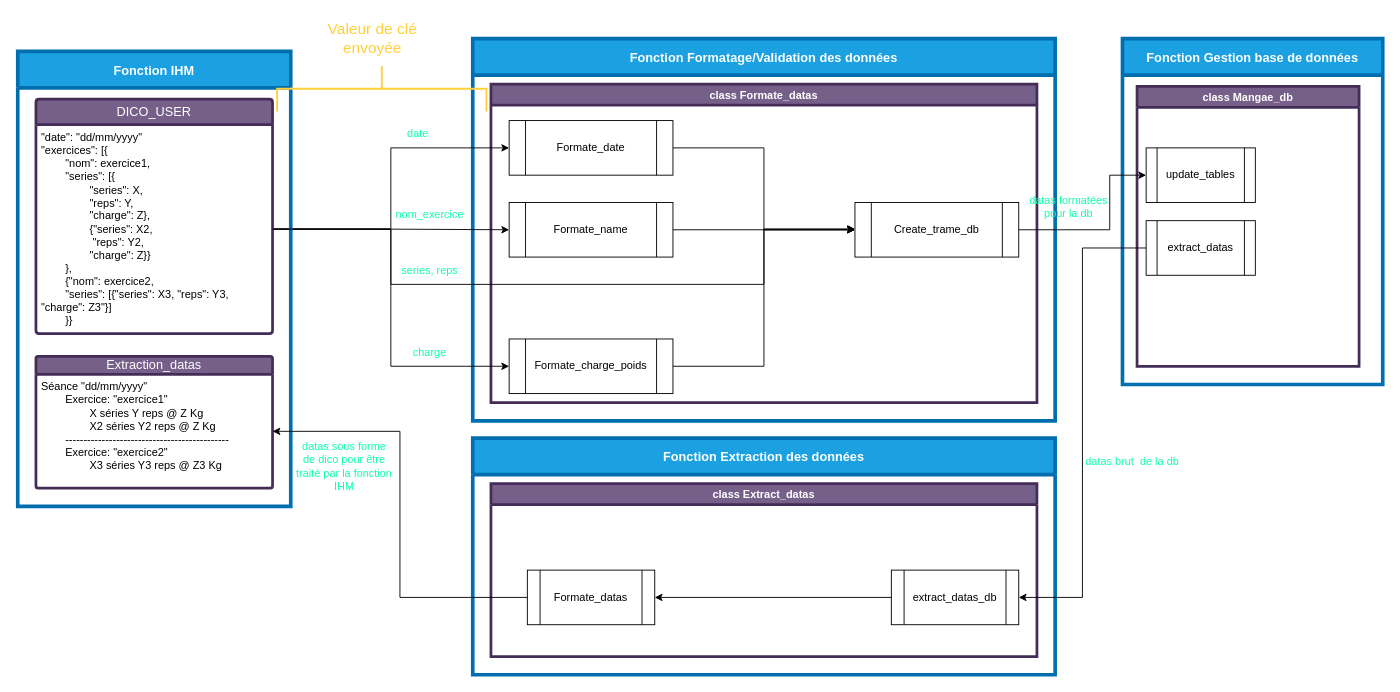
Kibou88/__1__Python keeps this draw.io diagram as __6__Projets/10_Follow_sports/1_Spécifications/Fonctionnement_global_appli.drawio. Above is the earlier version. Source tidied: cells renumbered, new cells numbered last; positions are measured from the earlier drawing's top-left corner, leaving out a move shared by most shapes. Both pictures are drawn from the tidied source at 91%, with x=0, y=0 at pixel (17, -16).
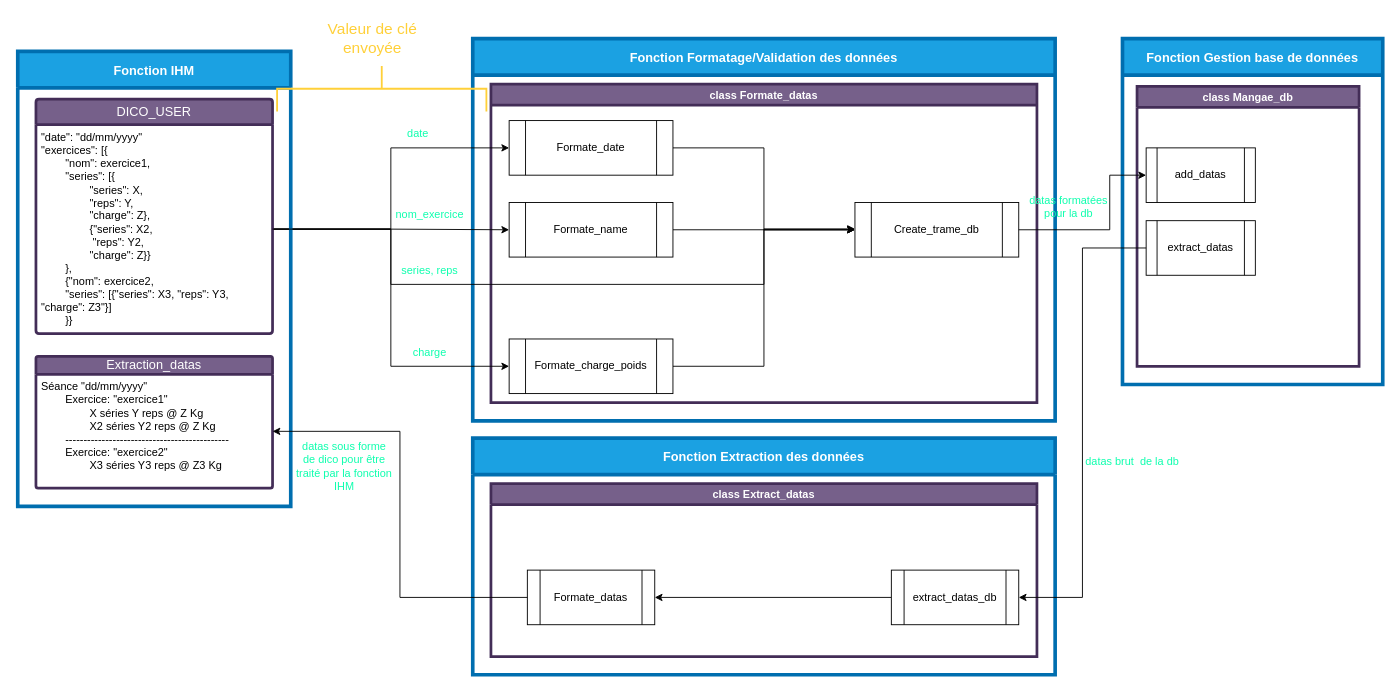
The same diagram, later.

Unchanged cells that the change refers to:
```xml
<mxCell id="25" value="class Mangae_db" style="swimlane;glass=0;fillColor=#76608a;fontColor=#ffffff;strokeColor=#432D57;strokeWidth=3;" parent="24" vertex="1">
  <mxGeometry x="16" y="52.5" width="244" height="307.5" as="geometry" />
</mxCell>
```

What changed in the source:
```diff
@@
-    <mxCell id="26" value="update_tables" style="shape=process;whiteSpace=wrap;html=1;backgroundOutline=1;" parent="25" vertex="1">
+    <mxCell id="26" value="add_datas" style="shape=process;whiteSpace=wrap;html=1;backgroundOutline=1;" parent="25" vertex="1">
       <mxGeometry x="10" y="67.5" width="120" height="60" as="geometry" />
     </mxCell>
```
